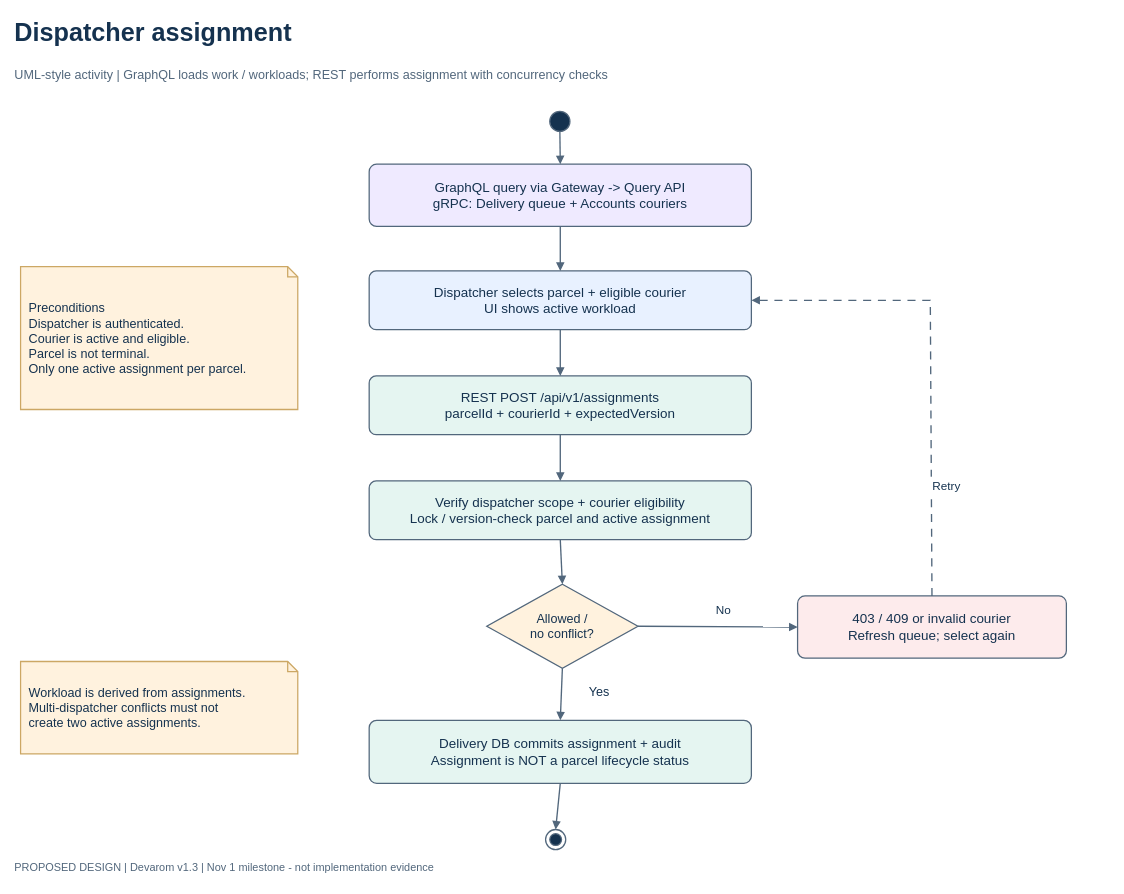
Suthankan1/swiftdrop keeps this draw.io diagram as docs/diagrams/editable/08_assignment_activity.drawio. Above is the earlier version. Source tidied: cells renumbered, new cells numbered last; positions are measured from the earlier drawing's top-left corner, leaving out a move shared by most shapes. Both pictures are drawn from the tidied source at 84%, with x=0, y=0 at pixel (14, 14).
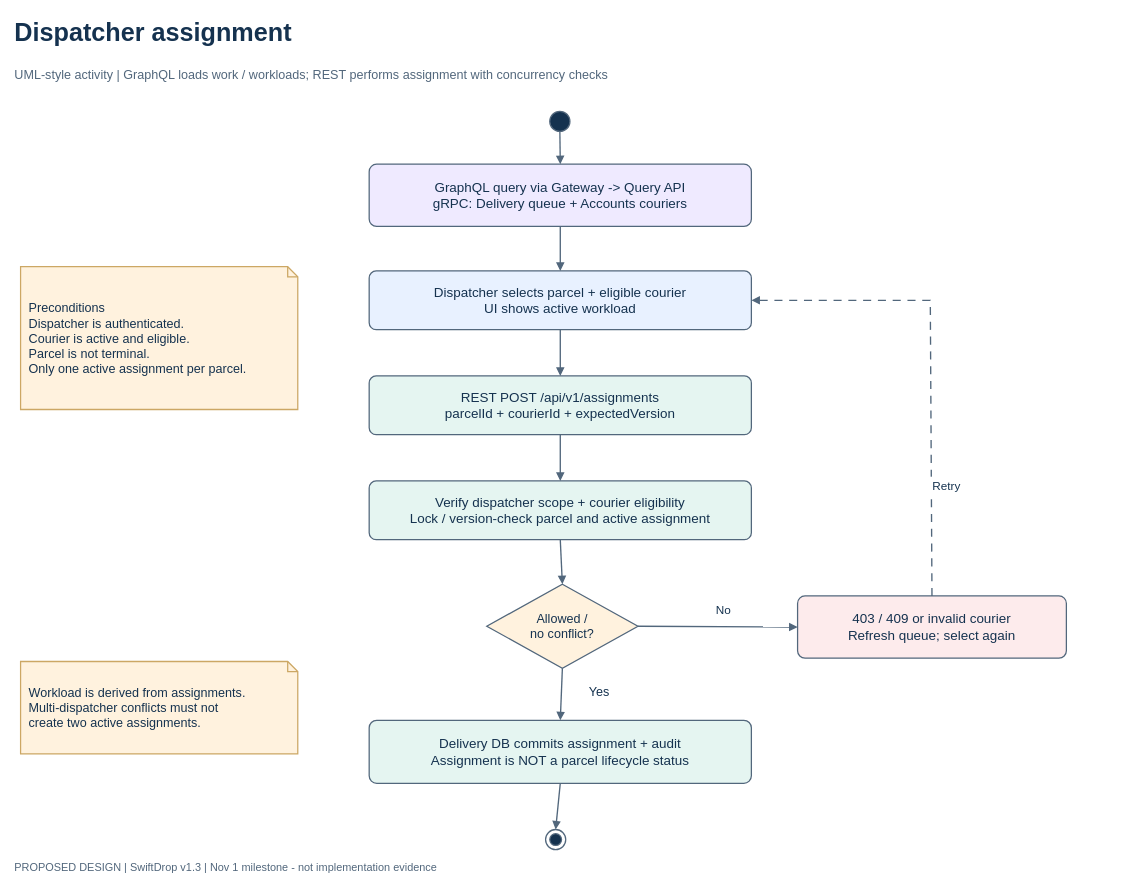
Above is the later version.

Change to the diagram source:
```diff
@@
-    <mxCell id="13" value="PROPOSED DESIGN | Devarom v1.3 | Nov 1 milestone - not implementation evidence" style="text;html=0;whiteSpace=wrap;align=left;verticalAlign=middle;fontFamily=Helvetica;fontSize=13;fontColor=#52677C;fontStyle=0;fillColor=#FFFFFF;strokeColor=#52677C;strokeWidth=1.5;spacing=10;fillColor=none;strokeColor=none;spacing=0;" parent="1" vertex="1">
+    <mxCell id="13" value="PROPOSED DESIGN | SwiftDrop v1.3 | Nov 1 milestone - not implementation evidence" style="text;html=0;whiteSpace=wrap;align=left;verticalAlign=middle;fontFamily=Helvetica;fontSize=13;fontColor=#52677C;fontStyle=0;fillColor=#FFFFFF;strokeColor=#52677C;strokeWidth=1.5;spacing=10;fillColor=none;strokeColor=none;spacing=0;" parent="1" vertex="1">
       <mxGeometry y="1000" width="1304" height="30" as="geometry" />
     </mxCell>
```
